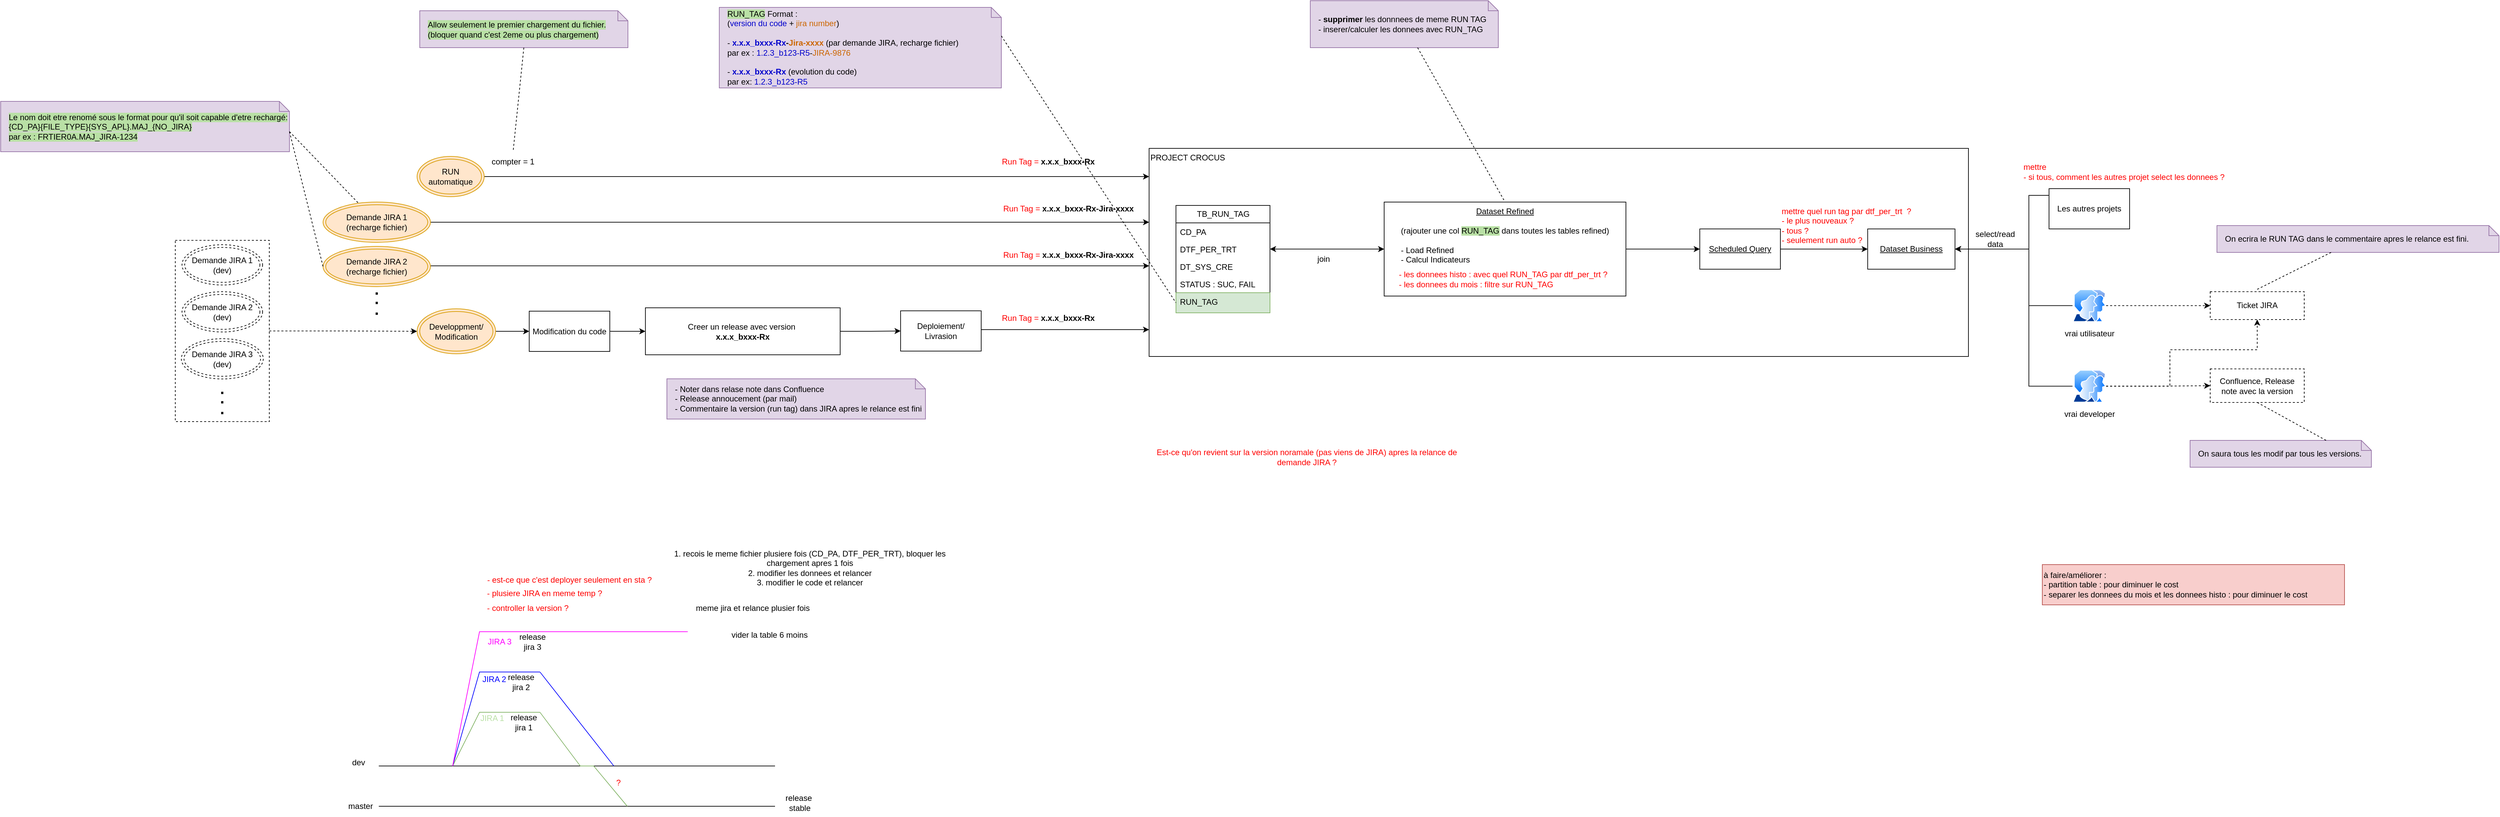
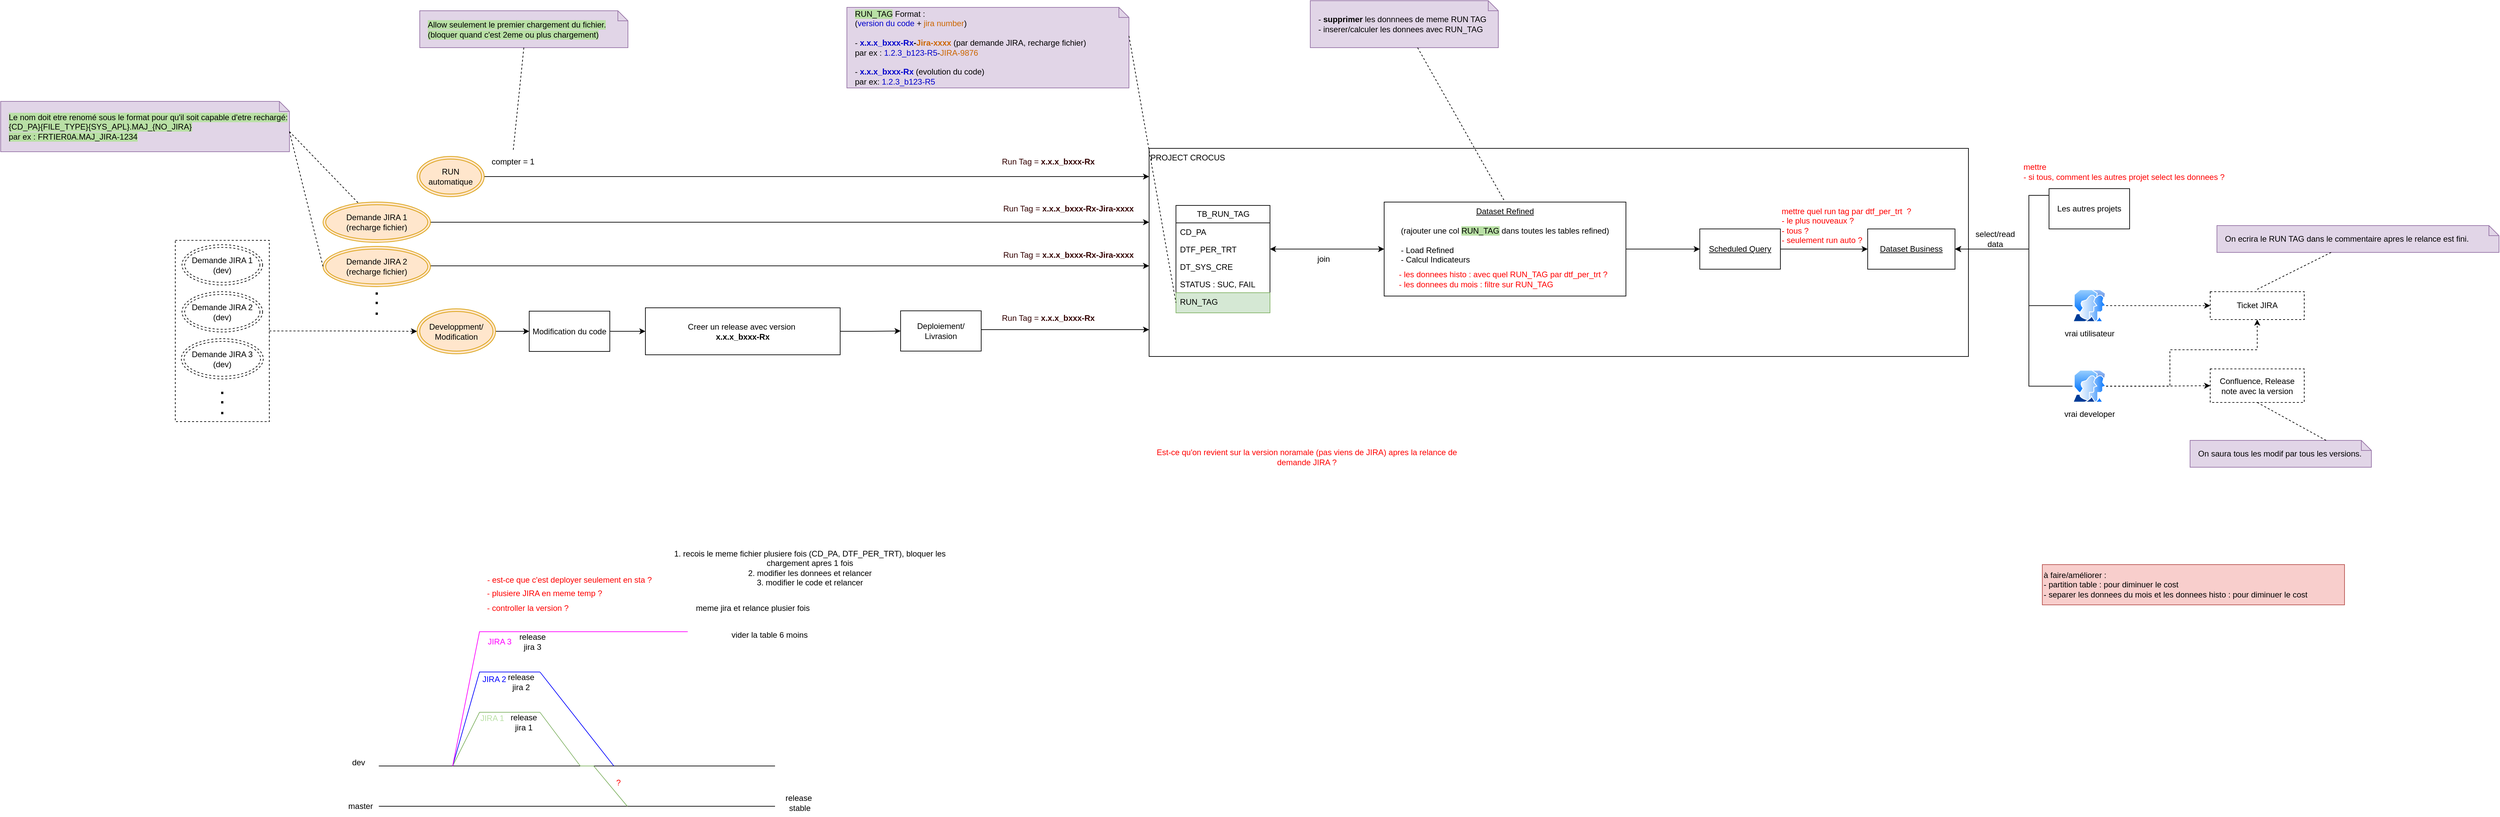
<mxfile host="app.diagrams.net">
  <diagram name="Page-1" id="bEAYSmEDHXBXhFzCy1HB">
    <mxGraphModel dx="3308" dy="2087" grid="1" gridSize="10" guides="1" tooltips="1" connect="1" arrows="1" fold="1" page="1" pageScale="1" pageWidth="827" pageHeight="1169" math="0" shadow="0">
      <root>
        <mxCell id="0" />
        <mxCell id="1" parent="0" />
        <mxCell id="cKu8MT6L8Fp_BZaxLZj7-22" edge="1" parent="1" source="cKu8MT6L8Fp_BZaxLZj7-16" style="edgeStyle=orthogonalEdgeStyle;rounded=0;orthogonalLoop=1;jettySize=auto;html=1;dashed=1;" target="QUzsFoNl6aFI_2ed8XXq-33">
          <mxGeometry relative="1" as="geometry">
            <Array as="points" />
            <mxPoint x="-937.4999999999995" y="382" as="sourcePoint" />
            <mxPoint x="-602.4999999999995" y="365" as="targetPoint" />
          </mxGeometry>
        </mxCell>
        <mxCell id="cKu8MT6L8Fp_BZaxLZj7-16" parent="1" style="rounded=0;whiteSpace=wrap;html=1;dashed=1;" value="" vertex="1">
          <mxGeometry height="270" width="140" x="-1070" y="247" as="geometry" />
        </mxCell>
        <mxCell id="QUzsFoNl6aFI_2ed8XXq-13" parent="1" style="rounded=0;whiteSpace=wrap;html=1;align=left;verticalAlign=top;" value="PROJECT CROCUS" vertex="1">
          <mxGeometry height="310" width="1220" x="380" y="110" as="geometry" />
        </mxCell>
        <mxCell id="QUzsFoNl6aFI_2ed8XXq-1" parent="1" style="swimlane;fontStyle=0;childLayout=stackLayout;horizontal=1;startSize=26;fillColor=none;horizontalStack=0;resizeParent=1;resizeParentMax=0;resizeLast=0;collapsible=1;marginBottom=0;html=1;" value="TB_RUN_TAG" vertex="1">
          <mxGeometry height="160" width="140" x="420" y="195" as="geometry" />
        </mxCell>
        <mxCell id="QUzsFoNl6aFI_2ed8XXq-2" parent="QUzsFoNl6aFI_2ed8XXq-1" style="text;strokeColor=none;fillColor=none;align=left;verticalAlign=top;spacingLeft=4;spacingRight=4;overflow=hidden;rotatable=0;points=[[0,0.5],[1,0.5]];portConstraint=eastwest;whiteSpace=wrap;html=1;" value="CD_PA" vertex="1">
          <mxGeometry height="26" width="140" y="26" as="geometry" />
        </mxCell>
        <mxCell id="QUzsFoNl6aFI_2ed8XXq-3" parent="QUzsFoNl6aFI_2ed8XXq-1" style="text;strokeColor=none;fillColor=none;align=left;verticalAlign=top;spacingLeft=4;spacingRight=4;overflow=hidden;rotatable=0;points=[[0,0.5],[1,0.5]];portConstraint=eastwest;whiteSpace=wrap;html=1;" value="DTF_PER_TRT" vertex="1">
          <mxGeometry height="26" width="140" y="52" as="geometry" />
        </mxCell>
        <mxCell id="QUzsFoNl6aFI_2ed8XXq-4" parent="QUzsFoNl6aFI_2ed8XXq-1" style="text;strokeColor=none;fillColor=none;align=left;verticalAlign=top;spacingLeft=4;spacingRight=4;overflow=hidden;rotatable=0;points=[[0,0.5],[1,0.5]];portConstraint=eastwest;whiteSpace=wrap;html=1;" value="DT_SYS_CRE" vertex="1">
          <mxGeometry height="26" width="140" y="78" as="geometry" />
        </mxCell>
        <mxCell id="QUzsFoNl6aFI_2ed8XXq-105" parent="QUzsFoNl6aFI_2ed8XXq-1" style="text;strokeColor=none;fillColor=none;align=left;verticalAlign=top;spacingLeft=4;spacingRight=4;overflow=hidden;rotatable=0;points=[[0,0.5],[1,0.5]];portConstraint=eastwest;whiteSpace=wrap;html=1;" value="STATUS : SUC, FAIL" vertex="1">
          <mxGeometry height="26" width="140" y="104" as="geometry" />
        </mxCell>
        <mxCell id="QUzsFoNl6aFI_2ed8XXq-5" parent="QUzsFoNl6aFI_2ed8XXq-1" style="text;strokeColor=#82b366;fillColor=#d5e8d4;align=left;verticalAlign=top;spacingLeft=4;spacingRight=4;overflow=hidden;rotatable=0;points=[[0,0.5],[1,0.5]];portConstraint=eastwest;whiteSpace=wrap;html=1;" value="RUN_TAG" vertex="1">
          <mxGeometry height="30" width="140" y="130" as="geometry" />
        </mxCell>
        <mxCell id="QUzsFoNl6aFI_2ed8XXq-7" parent="1" style="shape=note;size=15;align=left;spacingLeft=10;html=1;whiteSpace=wrap;fillColor=#e1d5e7;strokeColor=#9673a6;" value="&lt;span style=&quot;background-color: rgb(185, 224, 165);&quot;&gt;RUN_TAG&lt;/span&gt; Format :&amp;nbsp;&lt;div&gt;(&lt;font style=&quot;color: rgb(0, 0, 204);&quot;&gt;version du code&lt;/font&gt; +&lt;font style=&quot;color: rgb(204, 102, 0);&quot;&gt; &lt;font&gt;jira number&lt;/font&gt;&lt;/font&gt;)&lt;/div&gt;&lt;div&gt;&lt;br&gt;&lt;div&gt;- &lt;b&gt;&lt;font style=&quot;color: rgb(0, 0, 204);&quot;&gt;x.x.x_bxxx-Rx&lt;/font&gt;-&lt;font style=&quot;color: rgb(204, 102, 0);&quot;&gt;Jira-xxxx&lt;/font&gt;&lt;/b&gt; (par demande JIRA, recharge fichier)&amp;nbsp;&lt;/div&gt;&lt;div&gt;par ex : &lt;font style=&quot;color: rgb(0, 0, 204);&quot;&gt;1.2.3_b123-R5&lt;/font&gt;-&lt;font style=&quot;color: rgb(204, 102, 0);&quot;&gt;JIRA-9876&lt;/font&gt;&lt;/div&gt;&lt;div&gt;&lt;br&gt;&lt;/div&gt;&lt;div&gt;-&lt;b&gt; &lt;font style=&quot;color: rgb(0, 0, 204);&quot;&gt;x.x.x_bxxx-Rx&lt;/font&gt;&lt;/b&gt; (evolution du code)&lt;/div&gt;&lt;div&gt;&lt;span style=&quot;background-color: transparent; color: light-dark(rgb(0, 0, 0), rgb(255, 255, 255));&quot;&gt;par ex: &lt;/span&gt;&lt;span style=&quot;background-color: transparent;&quot;&gt;&lt;font style=&quot;color: light-dark(rgb(0, 0, 204), rgb(255, 255, 255));&quot;&gt;1.2.3_b123-R5&lt;/font&gt;&lt;/span&gt;&lt;/div&gt;&lt;/div&gt;" vertex="1">
-           <mxGeometry height="120" width="420" x="-260" y="-100" as="geometry" />
+           <mxGeometry height="120" width="420" x="-70" y="-100" as="geometry" />
        </mxCell>
        <mxCell id="QUzsFoNl6aFI_2ed8XXq-8" edge="1" parent="1" source="QUzsFoNl6aFI_2ed8XXq-7" style="edgeStyle=none;endArrow=none;exitX=0;exitY=0;dashed=1;html=1;rounded=0;entryX=0;entryY=0.5;entryDx=0;entryDy=0;exitDx=420;exitDy=42.5;exitPerimeter=0;" target="QUzsFoNl6aFI_2ed8XXq-5" value="">
          <mxGeometry relative="1" x="1" as="geometry">
            <mxPoint x="590" y="660" as="targetPoint" />
          </mxGeometry>
        </mxCell>
        <mxCell id="QUzsFoNl6aFI_2ed8XXq-10" parent="1" style="rounded=0;whiteSpace=wrap;html=1;dashed=1;" value="Confluence, Release note avec la v&lt;span style=&quot;background-color: transparent; color: light-dark(rgb(0, 0, 0), rgb(255, 255, 255));&quot;&gt;ersion&lt;/span&gt;" vertex="1">
          <mxGeometry height="50" width="140" x="1960" y="438.5" as="geometry" />
        </mxCell>
        <mxCell id="QUzsFoNl6aFI_2ed8XXq-11" parent="1" style="rounded=0;whiteSpace=wrap;html=1;dashed=1;" value="Ticket JIRA" vertex="1">
          <mxGeometry height="41.5" width="140" x="1960" y="323.5" as="geometry" />
        </mxCell>
        <mxCell id="QUzsFoNl6aFI_2ed8XXq-42" edge="1" parent="1" source="QUzsFoNl6aFI_2ed8XXq-12" style="edgeStyle=orthogonalEdgeStyle;rounded=0;orthogonalLoop=1;jettySize=auto;html=1;entryX=1;entryY=0.5;entryDx=0;entryDy=0;startArrow=classic;startFill=1;" target="QUzsFoNl6aFI_2ed8XXq-3">
          <mxGeometry relative="1" as="geometry" />
        </mxCell>
        <mxCell id="QUzsFoNl6aFI_2ed8XXq-50" edge="1" parent="1" source="QUzsFoNl6aFI_2ed8XXq-12" style="edgeStyle=orthogonalEdgeStyle;rounded=0;orthogonalLoop=1;jettySize=auto;html=1;" target="QUzsFoNl6aFI_2ed8XXq-46">
          <mxGeometry relative="1" as="geometry">
            <Array as="points" />
          </mxGeometry>
        </mxCell>
        <mxCell id="QUzsFoNl6aFI_2ed8XXq-12" parent="1" style="rounded=0;whiteSpace=wrap;html=1;verticalAlign=top;" value="&lt;u&gt;Dataset Refined&lt;/u&gt;&lt;div&gt;&lt;u&gt;&lt;br&gt;&lt;/u&gt;&lt;div&gt;(rajouter une col &lt;span style=&quot;background-color: rgb(185, 224, 165);&quot;&gt;RUN_TAG&lt;/span&gt;&lt;span&gt; &lt;/span&gt;dans toutes les tables refined)&lt;/div&gt;&lt;div&gt;&lt;br&gt;&lt;/div&gt;&lt;div style=&quot;text-align: left;&quot;&gt;- Load Refined&amp;nbsp; &amp;nbsp; &amp;nbsp; &amp;nbsp;&lt;/div&gt;&lt;div style=&quot;text-align: left;&quot;&gt;- Calcul Indicateurs&lt;/div&gt;&lt;/div&gt;" vertex="1">
          <mxGeometry height="140" width="360" x="730" y="190" as="geometry" />
        </mxCell>
        <mxCell id="QUzsFoNl6aFI_2ed8XXq-27" edge="1" parent="1" source="QUzsFoNl6aFI_2ed8XXq-33" style="edgeStyle=orthogonalEdgeStyle;rounded=0;orthogonalLoop=1;jettySize=auto;html=1;entryX=0;entryY=0.5;entryDx=0;entryDy=0;" target="QUzsFoNl6aFI_2ed8XXq-23">
          <mxGeometry relative="1" as="geometry">
            <mxPoint x="-740" y="198" as="sourcePoint" />
          </mxGeometry>
        </mxCell>
-         <mxCell id="QUzsFoNl6aFI_2ed8XXq-19" parent="1" style="text;html=1;whiteSpace=wrap;strokeColor=none;fillColor=none;align=center;verticalAlign=middle;rounded=0;fontColor=#0000FF;" value="&lt;font style=&quot;color: rgb(255, 0, 0);&quot;&gt;Run Tag =&amp;nbsp;&lt;/font&gt;&lt;b style=&quot;color: rgb(0, 0, 0); text-align: left;&quot;&gt;x.x.x_bxxx-Rx-Jira-xxxx&lt;/b&gt;" vertex="1">
+         <mxCell id="QUzsFoNl6aFI_2ed8XXq-19" parent="1" style="text;html=1;whiteSpace=wrap;strokeColor=none;fillColor=none;align=center;verticalAlign=middle;rounded=0;fontColor=#330000;" value="&lt;font style=&quot;&quot;&gt;Run Tag =&amp;nbsp;&lt;/font&gt;&lt;b style=&quot;text-align: left;&quot;&gt;x.x.x_bxxx-Rx-Jira-xxxx&lt;/b&gt;" vertex="1">
          <mxGeometry height="30" width="200" x="160" y="253.5" as="geometry" />
        </mxCell>
        <mxCell id="cKu8MT6L8Fp_BZaxLZj7-37" edge="1" parent="1" source="QUzsFoNl6aFI_2ed8XXq-23" style="edgeStyle=orthogonalEdgeStyle;rounded=0;orthogonalLoop=1;jettySize=auto;html=1;" target="QUzsFoNl6aFI_2ed8XXq-25">
          <mxGeometry relative="1" as="geometry" />
        </mxCell>
        <mxCell id="QUzsFoNl6aFI_2ed8XXq-23" parent="1" style="rounded=0;whiteSpace=wrap;html=1;" value="Modification du code" vertex="1">
          <mxGeometry height="60" width="120" x="-543" y="352.5" as="geometry" />
        </mxCell>
        <mxCell id="QUzsFoNl6aFI_2ed8XXq-31" edge="1" parent="1" source="QUzsFoNl6aFI_2ed8XXq-24" style="edgeStyle=orthogonalEdgeStyle;rounded=0;orthogonalLoop=1;jettySize=auto;html=1;" target="QUzsFoNl6aFI_2ed8XXq-13">
          <mxGeometry relative="1" as="geometry">
            <Array as="points">
              <mxPoint x="180" y="380" />
              <mxPoint x="180" y="380" />
            </Array>
            <mxPoint x="380" y="373" as="targetPoint" />
          </mxGeometry>
        </mxCell>
        <mxCell id="QUzsFoNl6aFI_2ed8XXq-24" parent="1" style="rounded=0;whiteSpace=wrap;html=1;" value="Deploiement/ Livrasion" vertex="1">
          <mxGeometry height="60" width="120" x="10" y="352" as="geometry" />
        </mxCell>
        <mxCell id="cKu8MT6L8Fp_BZaxLZj7-38" edge="1" parent="1" source="QUzsFoNl6aFI_2ed8XXq-25" style="edgeStyle=orthogonalEdgeStyle;rounded=0;orthogonalLoop=1;jettySize=auto;html=1;" target="QUzsFoNl6aFI_2ed8XXq-24">
          <mxGeometry relative="1" as="geometry" />
        </mxCell>
        <mxCell id="QUzsFoNl6aFI_2ed8XXq-25" parent="1" style="rounded=0;whiteSpace=wrap;html=1;" value="Creer un release avec version&amp;nbsp;&lt;div&gt;&lt;span style=&quot;text-align: left;&quot;&gt;&lt;b&gt;x.x.x_bxxx-Rx&lt;/b&gt;&lt;/span&gt;&lt;/div&gt;" vertex="1">
          <mxGeometry height="70" width="290" x="-370" y="347.5" as="geometry" />
        </mxCell>
        <mxCell id="QUzsFoNl6aFI_2ed8XXq-33" parent="1" style="ellipse;shape=doubleEllipse;whiteSpace=wrap;html=1;fillColor=#ffe6cc;strokeColor=#d79b00;" value="Developpment/&lt;div&gt;Modification&lt;/div&gt;" vertex="1">
          <mxGeometry height="67" width="117" x="-710" y="349" as="geometry" />
        </mxCell>
        <mxCell id="cKu8MT6L8Fp_BZaxLZj7-5" edge="1" parent="1" style="edgeStyle=orthogonalEdgeStyle;rounded=0;orthogonalLoop=1;jettySize=auto;html=1;">
          <mxGeometry relative="1" as="geometry">
            <Array as="points">
              <mxPoint x="-470" y="285" />
              <mxPoint x="-470" y="285" />
            </Array>
            <mxPoint x="-690.0000000000005" y="285" as="sourcePoint" />
            <mxPoint x="380" y="285" as="targetPoint" />
          </mxGeometry>
        </mxCell>
        <mxCell id="QUzsFoNl6aFI_2ed8XXq-34" parent="1" style="ellipse;shape=doubleEllipse;whiteSpace=wrap;html=1;fillColor=#ffe6cc;strokeColor=#d79b00;" value="Demande JIRA 2&lt;div&gt;(recharge fichier)&lt;/div&gt;" vertex="1">
          <mxGeometry height="60" width="160" x="-850" y="256" as="geometry" />
        </mxCell>
        <mxCell id="QUzsFoNl6aFI_2ed8XXq-36" edge="1" parent="1" source="QUzsFoNl6aFI_2ed8XXq-35" style="edgeStyle=orthogonalEdgeStyle;rounded=0;orthogonalLoop=1;jettySize=auto;html=1;">
          <mxGeometry relative="1" as="geometry">
            <Array as="points">
              <mxPoint x="110" y="152" />
              <mxPoint x="110" y="152" />
            </Array>
            <mxPoint x="380" y="152.0588235294117" as="targetPoint" />
          </mxGeometry>
        </mxCell>
        <mxCell id="QUzsFoNl6aFI_2ed8XXq-35" parent="1" style="ellipse;shape=doubleEllipse;whiteSpace=wrap;html=1;fillColor=#ffe6cc;strokeColor=#d79b00;" value="RUN automatique" vertex="1">
          <mxGeometry height="60" width="100" x="-710" y="122" as="geometry" />
-         </mxCell>
-         <mxCell id="QUzsFoNl6aFI_2ed8XXq-38" parent="1" style="shape=note;size=15;align=left;spacingLeft=10;html=1;whiteSpace=wrap;fillColor=#e1d5e7;strokeColor=#9673a6;" value="- Noter dans relase note dans Confluence&lt;div&gt;- Release annoucement (par mail)&lt;/div&gt;&lt;div&gt;- Commentaire la version (run tag) dans JIRA apres le relance est fini&lt;/div&gt;" vertex="1">
-           <mxGeometry height="60" width="385" x="-338" y="453.25" as="geometry" />
        </mxCell>
        <mxCell id="QUzsFoNl6aFI_2ed8XXq-40" parent="1" style="shape=note;size=15;align=left;spacingLeft=10;html=1;whiteSpace=wrap;fillColor=#e1d5e7;strokeColor=#9673a6;" value="- &lt;b&gt;supprimer &lt;/b&gt;les donnnees de meme RUN TAG&lt;div&gt;- inserer/calculer les donnees avec RUN_TAG&lt;/div&gt;" vertex="1">
          <mxGeometry height="70" width="280" x="620" y="-110" as="geometry" />
        </mxCell>
        <mxCell id="QUzsFoNl6aFI_2ed8XXq-41" edge="1" parent="1" source="QUzsFoNl6aFI_2ed8XXq-40" style="edgeStyle=none;endArrow=none;dashed=1;html=1;rounded=0;entryX=0.5;entryY=0;entryDx=0;entryDy=0;" target="QUzsFoNl6aFI_2ed8XXq-12" value="">
          <mxGeometry relative="1" x="1" as="geometry">
            <mxPoint x="720" y="650" as="sourcePoint" />
            <mxPoint x="772" y="500" as="targetPoint" />
          </mxGeometry>
        </mxCell>
        <mxCell id="QUzsFoNl6aFI_2ed8XXq-43" parent="1" style="text;html=1;whiteSpace=wrap;strokeColor=none;fillColor=none;align=left;verticalAlign=middle;rounded=0;" value="&lt;font style=&quot;color: rgb(255, 0, 0);&quot;&gt;- les donnees histo : avec quel RUN_TAG par dtf_per_trt ?&lt;/font&gt;&lt;div&gt;&lt;font style=&quot;color: rgb(255, 0, 0);&quot;&gt;- les donnees du mois : f&lt;/font&gt;&lt;span style=&quot;color: light-dark(rgb(255, 0, 0), rgb(255, 144, 144)); background-color: transparent;&quot;&gt;iltre sur RUN_TAG&lt;/span&gt;&lt;/div&gt;" vertex="1">
          <mxGeometry height="30" width="330" x="750" y="290" as="geometry" />
        </mxCell>
        <mxCell id="QUzsFoNl6aFI_2ed8XXq-45" parent="1" style="rounded=0;whiteSpace=wrap;html=1;" value="&lt;u&gt;Dataset Business&lt;/u&gt;" vertex="1">
          <mxGeometry height="60" width="130" x="1450" y="230" as="geometry" />
        </mxCell>
        <mxCell id="QUzsFoNl6aFI_2ed8XXq-48" edge="1" parent="1" source="QUzsFoNl6aFI_2ed8XXq-46" style="edgeStyle=orthogonalEdgeStyle;rounded=0;orthogonalLoop=1;jettySize=auto;html=1;" target="QUzsFoNl6aFI_2ed8XXq-45">
          <mxGeometry relative="1" as="geometry" />
        </mxCell>
        <mxCell id="QUzsFoNl6aFI_2ed8XXq-46" parent="1" style="rounded=0;whiteSpace=wrap;html=1;" value="&lt;u&gt;Scheduled Query&lt;/u&gt;" vertex="1">
          <mxGeometry height="60" width="120" x="1200" y="230" as="geometry" />
        </mxCell>
        <mxCell id="QUzsFoNl6aFI_2ed8XXq-51" parent="1" style="text;html=1;whiteSpace=wrap;strokeColor=none;fillColor=none;align=left;verticalAlign=middle;rounded=0;fontColor=#FF0000;" value="mettre quel run tag par dtf_per_trt&amp;nbsp;&amp;nbsp;?&amp;nbsp;&lt;div&gt;- le plus nouveaux ?&lt;/div&gt;&lt;div&gt;- tous ?&lt;/div&gt;&lt;div&gt;- seulement run auto ?&lt;/div&gt;" vertex="1">
          <mxGeometry height="30" width="370" x="1320" y="210" as="geometry" />
        </mxCell>
        <mxCell id="QUzsFoNl6aFI_2ed8XXq-59" edge="1" parent="1" source="QUzsFoNl6aFI_2ed8XXq-52" style="edgeStyle=orthogonalEdgeStyle;rounded=0;orthogonalLoop=1;jettySize=auto;html=1;entryX=1;entryY=0.5;entryDx=0;entryDy=0;" target="QUzsFoNl6aFI_2ed8XXq-45">
          <mxGeometry relative="1" as="geometry">
            <Array as="points">
              <mxPoint x="1690" y="180" />
              <mxPoint x="1690" y="260" />
            </Array>
          </mxGeometry>
        </mxCell>
        <mxCell id="QUzsFoNl6aFI_2ed8XXq-52" parent="1" style="rounded=0;whiteSpace=wrap;html=1;" value="Les autres projets" vertex="1">
          <mxGeometry height="60" width="120" x="1720" y="170" as="geometry" />
        </mxCell>
        <mxCell id="QUzsFoNl6aFI_2ed8XXq-58" edge="1" parent="1" source="QUzsFoNl6aFI_2ed8XXq-57" style="edgeStyle=orthogonalEdgeStyle;rounded=0;orthogonalLoop=1;jettySize=auto;html=1;entryX=1;entryY=0.5;entryDx=0;entryDy=0;" target="QUzsFoNl6aFI_2ed8XXq-45">
          <mxGeometry relative="1" as="geometry">
            <Array as="points">
              <mxPoint x="1690" y="344" />
              <mxPoint x="1690" y="260" />
            </Array>
          </mxGeometry>
        </mxCell>
        <mxCell id="QUzsFoNl6aFI_2ed8XXq-65" edge="1" parent="1" source="QUzsFoNl6aFI_2ed8XXq-57" style="edgeStyle=orthogonalEdgeStyle;rounded=0;orthogonalLoop=1;jettySize=auto;html=1;dashed=1;" target="QUzsFoNl6aFI_2ed8XXq-11">
          <mxGeometry relative="1" as="geometry" />
        </mxCell>
        <mxCell id="QUzsFoNl6aFI_2ed8XXq-57" parent="1" style="image;aspect=fixed;perimeter=ellipsePerimeter;html=1;align=center;shadow=0;dashed=0;spacingTop=3;image=img/lib/active_directory/user_accounts.svg;" value="vrai utilisateur" vertex="1">
          <mxGeometry height="48.5" width="50" x="1755" y="320" as="geometry" />
        </mxCell>
        <mxCell id="QUzsFoNl6aFI_2ed8XXq-60" parent="1" style="text;html=1;whiteSpace=wrap;strokeColor=none;fillColor=none;align=center;verticalAlign=middle;rounded=0;" value="select/read data" vertex="1">
          <mxGeometry height="30" width="60" x="1610" y="230" as="geometry" />
        </mxCell>
        <mxCell id="QUzsFoNl6aFI_2ed8XXq-63" edge="1" parent="1" source="QUzsFoNl6aFI_2ed8XXq-62" style="edgeStyle=orthogonalEdgeStyle;rounded=0;orthogonalLoop=1;jettySize=auto;html=1;entryX=1;entryY=0.5;entryDx=0;entryDy=0;" target="QUzsFoNl6aFI_2ed8XXq-45">
          <mxGeometry relative="1" as="geometry">
            <Array as="points">
              <mxPoint x="1690" y="464" />
              <mxPoint x="1690" y="260" />
            </Array>
          </mxGeometry>
        </mxCell>
        <mxCell id="QUzsFoNl6aFI_2ed8XXq-66" edge="1" parent="1" source="QUzsFoNl6aFI_2ed8XXq-62" style="edgeStyle=orthogonalEdgeStyle;rounded=0;orthogonalLoop=1;jettySize=auto;html=1;dashed=1;" target="QUzsFoNl6aFI_2ed8XXq-10">
          <mxGeometry relative="1" as="geometry" />
        </mxCell>
        <mxCell id="QUzsFoNl6aFI_2ed8XXq-68" edge="1" parent="1" source="QUzsFoNl6aFI_2ed8XXq-62" style="edgeStyle=orthogonalEdgeStyle;rounded=0;orthogonalLoop=1;jettySize=auto;html=1;entryX=0.5;entryY=1;entryDx=0;entryDy=0;dashed=1;" target="QUzsFoNl6aFI_2ed8XXq-11">
          <mxGeometry relative="1" as="geometry">
            <Array as="points">
              <mxPoint x="1900" y="464" />
              <mxPoint x="1900" y="410" />
              <mxPoint x="2030" y="410" />
            </Array>
          </mxGeometry>
        </mxCell>
        <mxCell id="QUzsFoNl6aFI_2ed8XXq-62" parent="1" style="image;aspect=fixed;perimeter=ellipsePerimeter;html=1;align=center;shadow=0;dashed=0;spacingTop=3;image=img/lib/active_directory/user_accounts.svg;" value="vrai developer" vertex="1">
          <mxGeometry height="48.5" width="50" x="1755" y="440" as="geometry" />
        </mxCell>
        <mxCell id="QUzsFoNl6aFI_2ed8XXq-69" parent="1" style="shape=note;size=15;align=left;spacingLeft=10;html=1;whiteSpace=wrap;fillColor=#e1d5e7;strokeColor=#9673a6;" value="On ecrira le RUN TAG dans le commentaire apres le relance est fini." vertex="1">
          <mxGeometry height="40" width="420" x="1970" y="225" as="geometry" />
        </mxCell>
        <mxCell id="QUzsFoNl6aFI_2ed8XXq-70" edge="1" parent="1" source="QUzsFoNl6aFI_2ed8XXq-69" style="edgeStyle=none;endArrow=none;dashed=1;html=1;rounded=0;" value="">
          <mxGeometry relative="1" x="1" as="geometry">
            <mxPoint x="970" y="210" as="sourcePoint" />
            <mxPoint x="2030" y="320" as="targetPoint" />
          </mxGeometry>
        </mxCell>
        <mxCell id="QUzsFoNl6aFI_2ed8XXq-71" parent="1" style="shape=note;size=15;align=left;spacingLeft=10;html=1;whiteSpace=wrap;fillColor=#e1d5e7;strokeColor=#9673a6;" value="On saura tous les modif par tous les versions." vertex="1">
          <mxGeometry height="40" width="270" x="1930" y="545" as="geometry" />
        </mxCell>
        <mxCell id="QUzsFoNl6aFI_2ed8XXq-72" edge="1" parent="1" source="QUzsFoNl6aFI_2ed8XXq-71" style="edgeStyle=none;endArrow=none;dashed=1;html=1;rounded=0;entryX=0.5;entryY=1;entryDx=0;entryDy=0;exitX=0;exitY=0;exitDx=202.5;exitDy=0;exitPerimeter=0;" target="QUzsFoNl6aFI_2ed8XXq-10" value="">
          <mxGeometry relative="1" x="1" as="geometry">
            <mxPoint x="2180" y="470" as="sourcePoint" />
            <mxPoint x="2070" y="525" as="targetPoint" />
          </mxGeometry>
        </mxCell>
        <mxCell id="QUzsFoNl6aFI_2ed8XXq-73" parent="1" style="text;html=1;whiteSpace=wrap;strokeColor=none;fillColor=none;align=left;verticalAlign=middle;rounded=0;fontColor=#FF0000;" value="mettre&amp;nbsp;&lt;div&gt;&lt;span style=&quot;background-color: transparent; color: light-dark(rgb(255, 0, 0), rgb(255, 144, 144));&quot;&gt;- si tous, comment les autres projet select les donnees ?&lt;/span&gt;&lt;/div&gt;" vertex="1">
          <mxGeometry height="30" width="370" x="1680" y="130" as="geometry" />
        </mxCell>
        <mxCell id="QUzsFoNl6aFI_2ed8XXq-74" parent="1" style="rounded=0;whiteSpace=wrap;html=1;align=left;fillColor=#f8cecc;strokeColor=#b85450;" value="à faire/améliorer :&lt;div&gt;- partition table : pour diminuer le cost&lt;/div&gt;&lt;div&gt;- separer les donnees du mois et les donnees histo&amp;nbsp;&lt;span style=&quot;background-color: transparent; color: light-dark(rgb(0, 0, 0), rgb(255, 255, 255));&quot;&gt;: pour diminuer le cost&lt;/span&gt;&lt;/div&gt;" vertex="1">
          <mxGeometry height="60" width="450" x="1710" y="730" as="geometry" />
        </mxCell>
        <mxCell id="QUzsFoNl6aFI_2ed8XXq-76" parent="1" style="text;html=1;whiteSpace=wrap;strokeColor=none;fillColor=none;align=center;verticalAlign=middle;rounded=0;" value="join" vertex="1">
          <mxGeometry height="30" width="60" x="610" y="260" as="geometry" />
        </mxCell>
        <mxCell id="QUzsFoNl6aFI_2ed8XXq-77" parent="1" style="text;html=1;whiteSpace=wrap;strokeColor=none;fillColor=none;align=center;verticalAlign=middle;rounded=0;fontColor=#FF0000;" value="Est-ce qu&#39;on revient sur la version noramale (pas viens de JIRA) apres la relance de demande JIRA ?" vertex="1">
          <mxGeometry height="30" width="470" x="380" y="555" as="geometry" />
        </mxCell>
        <mxCell id="QUzsFoNl6aFI_2ed8XXq-78" parent="1" style="text;html=1;whiteSpace=wrap;strokeColor=none;fillColor=none;align=center;verticalAlign=middle;rounded=0;fontColor=#FF0000;" value="- est-ce que c&#39;est deployer seulement en sta ?" vertex="1">
          <mxGeometry height="30" width="290" x="-628" y="738" as="geometry" />
        </mxCell>
        <mxCell id="QUzsFoNl6aFI_2ed8XXq-79" parent="1" style="text;html=1;whiteSpace=wrap;strokeColor=none;fillColor=none;align=center;verticalAlign=middle;rounded=0;fontColor=#FF0000;" value="- plusiere JIRA en meme temp ?" vertex="1">
          <mxGeometry height="30" width="290" x="-665" y="758" as="geometry" />
        </mxCell>
        <mxCell id="QUzsFoNl6aFI_2ed8XXq-80" parent="1" style="text;html=1;whiteSpace=wrap;strokeColor=none;fillColor=none;align=center;verticalAlign=middle;rounded=0;fontColor=#FF0000;" value="- controller la version ?" vertex="1">
          <mxGeometry height="30" width="290" x="-690" y="780" as="geometry" />
        </mxCell>
        <mxCell id="QUzsFoNl6aFI_2ed8XXq-81" edge="1" parent="1" style="endArrow=none;html=1;rounded=0;" value="">
          <mxGeometry height="50" relative="1" width="50" as="geometry">
            <mxPoint x="-767" y="1030" as="sourcePoint" />
            <mxPoint x="-177" y="1030" as="targetPoint" />
          </mxGeometry>
        </mxCell>
        <mxCell id="QUzsFoNl6aFI_2ed8XXq-83" edge="1" parent="1" style="endArrow=none;html=1;rounded=0;fillColor=#d5e8d4;strokeColor=#82b366;" value="">
          <mxGeometry height="50" relative="1" width="50" as="geometry">
            <Array as="points">
              <mxPoint x="-617" y="950" />
            </Array>
            <mxPoint x="-657" y="1030" as="sourcePoint" />
            <mxPoint x="-527" y="950" as="targetPoint" />
          </mxGeometry>
        </mxCell>
        <mxCell id="QUzsFoNl6aFI_2ed8XXq-84" parent="1" style="text;html=1;whiteSpace=wrap;strokeColor=none;fillColor=none;align=center;verticalAlign=middle;rounded=0;" value="dev" vertex="1">
          <mxGeometry height="30" width="60" x="-827" y="1010" as="geometry" />
        </mxCell>
        <mxCell id="QUzsFoNl6aFI_2ed8XXq-85" edge="1" parent="1" style="endArrow=none;html=1;rounded=0;strokeColor=#0000FF;" value="">
          <mxGeometry height="50" relative="1" width="50" as="geometry">
            <Array as="points">
              <mxPoint x="-617" y="890" />
            </Array>
            <mxPoint x="-657" y="1030" as="sourcePoint" />
            <mxPoint x="-527" y="890" as="targetPoint" />
          </mxGeometry>
        </mxCell>
        <mxCell id="QUzsFoNl6aFI_2ed8XXq-86" edge="1" parent="1" style="endArrow=none;html=1;rounded=0;strokeColor=#FF00FF;" value="">
          <mxGeometry height="50" relative="1" width="50" as="geometry">
            <Array as="points">
              <mxPoint x="-617" y="830" />
            </Array>
            <mxPoint x="-657" y="1030" as="sourcePoint" />
            <mxPoint x="-307" y="830" as="targetPoint" />
          </mxGeometry>
        </mxCell>
        <mxCell id="QUzsFoNl6aFI_2ed8XXq-87" parent="1" style="text;html=1;whiteSpace=wrap;strokeColor=none;fillColor=none;align=center;verticalAlign=middle;rounded=0;fontColor=#B9E0A5;" value="JIRA 1" vertex="1">
          <mxGeometry height="30" width="60" x="-628" y="944" as="geometry" />
        </mxCell>
        <mxCell id="QUzsFoNl6aFI_2ed8XXq-88" parent="1" style="text;html=1;whiteSpace=wrap;strokeColor=none;fillColor=none;align=center;verticalAlign=middle;rounded=0;fontColor=#0000FF;" value="JIRA 2" vertex="1">
          <mxGeometry height="30" width="60" x="-625" y="886" as="geometry" />
        </mxCell>
        <mxCell id="QUzsFoNl6aFI_2ed8XXq-89" parent="1" style="text;html=1;whiteSpace=wrap;strokeColor=none;fillColor=none;align=center;verticalAlign=middle;rounded=0;fontColor=#FF00FF;" value="JIRA 3" vertex="1">
          <mxGeometry height="30" width="60" x="-617" y="830" as="geometry" />
        </mxCell>
        <mxCell id="QUzsFoNl6aFI_2ed8XXq-90" edge="1" parent="1" style="endArrow=none;html=1;rounded=0;" value="">
          <mxGeometry height="50" relative="1" width="50" as="geometry">
            <mxPoint x="-767" y="1090" as="sourcePoint" />
            <mxPoint x="-177" y="1090" as="targetPoint" />
          </mxGeometry>
        </mxCell>
        <mxCell id="QUzsFoNl6aFI_2ed8XXq-91" parent="1" style="text;html=1;whiteSpace=wrap;strokeColor=none;fillColor=none;align=center;verticalAlign=middle;rounded=0;" value="master" vertex="1">
          <mxGeometry height="30" width="60" x="-824" y="1075" as="geometry" />
        </mxCell>
        <mxCell id="QUzsFoNl6aFI_2ed8XXq-92" edge="1" parent="1" style="endArrow=none;html=1;rounded=0;fillColor=#d5e8d4;strokeColor=#82b366;" value="">
          <mxGeometry height="50" relative="1" width="50" as="geometry">
            <mxPoint x="-527" y="950" as="sourcePoint" />
            <mxPoint x="-467" y="1030" as="targetPoint" />
          </mxGeometry>
        </mxCell>
        <mxCell id="QUzsFoNl6aFI_2ed8XXq-94" edge="1" parent="1" style="endArrow=none;html=1;rounded=0;strokeColor=#0000FF;" value="">
          <mxGeometry height="50" relative="1" width="50" as="geometry">
            <mxPoint x="-527" y="890" as="sourcePoint" />
            <mxPoint x="-417" y="1030" as="targetPoint" />
          </mxGeometry>
        </mxCell>
        <mxCell id="QUzsFoNl6aFI_2ed8XXq-95" edge="1" parent="1" style="endArrow=none;html=1;rounded=0;fillColor=#d5e8d4;strokeColor=#82b366;" value="">
          <mxGeometry height="50" relative="1" width="50" as="geometry">
            <mxPoint x="-447" y="1030" as="sourcePoint" />
            <mxPoint x="-397" y="1090" as="targetPoint" />
          </mxGeometry>
        </mxCell>
        <mxCell id="QUzsFoNl6aFI_2ed8XXq-96" edge="1" parent="1" style="endArrow=none;html=1;rounded=0;fillColor=#d5e8d4;strokeColor=#82b366;" value="">
          <mxGeometry height="50" relative="1" width="50" as="geometry">
            <mxPoint x="-467" y="1030" as="sourcePoint" />
            <mxPoint x="-447" y="1030" as="targetPoint" />
          </mxGeometry>
        </mxCell>
        <mxCell id="QUzsFoNl6aFI_2ed8XXq-98" parent="1" style="text;html=1;whiteSpace=wrap;strokeColor=none;fillColor=none;align=center;verticalAlign=middle;rounded=0;" value="release jira 2" vertex="1">
          <mxGeometry height="30" width="60" x="-585" y="890" as="geometry" />
        </mxCell>
        <mxCell id="QUzsFoNl6aFI_2ed8XXq-99" parent="1" style="text;html=1;whiteSpace=wrap;strokeColor=none;fillColor=none;align=center;verticalAlign=middle;rounded=0;" value="release jira 1" vertex="1">
          <mxGeometry height="30" width="60" x="-581" y="950" as="geometry" />
        </mxCell>
        <mxCell id="QUzsFoNl6aFI_2ed8XXq-100" parent="1" style="text;html=1;whiteSpace=wrap;strokeColor=none;fillColor=none;align=center;verticalAlign=middle;rounded=0;" value="release jira 3" vertex="1">
          <mxGeometry height="30" width="60" x="-568" y="830" as="geometry" />
        </mxCell>
        <mxCell id="QUzsFoNl6aFI_2ed8XXq-101" parent="1" style="text;html=1;whiteSpace=wrap;strokeColor=none;fillColor=none;align=center;verticalAlign=middle;rounded=0;" value="release&amp;nbsp; stable" vertex="1">
          <mxGeometry height="30" width="60" x="-170" y="1070" as="geometry" />
        </mxCell>
        <mxCell id="QUzsFoNl6aFI_2ed8XXq-103" parent="1" style="text;html=1;whiteSpace=wrap;strokeColor=none;fillColor=none;align=center;verticalAlign=middle;rounded=0;fontColor=#FF0000;" value="?" vertex="1">
          <mxGeometry height="30" width="60" x="-440" y="1040" as="geometry" />
        </mxCell>
        <mxCell id="QUzsFoNl6aFI_2ed8XXq-104" parent="1" style="text;html=1;whiteSpace=wrap;strokeColor=none;fillColor=none;align=center;verticalAlign=middle;rounded=0;" value="compter = 1" vertex="1">
          <mxGeometry height="30" width="100" x="-617" y="115" as="geometry" />
        </mxCell>
        <mxCell id="QUzsFoNl6aFI_2ed8XXq-106" parent="1" style="text;html=1;whiteSpace=wrap;strokeColor=none;fillColor=none;align=center;verticalAlign=middle;rounded=0;" value="1. recois le meme fichier plusiere fois (CD_PA, DTF_PER_TRT), bloquer les chargement apres 1 fois&lt;div&gt;2. modifier les donnees et relancer&lt;/div&gt;&lt;div&gt;3. modifier le code et relancer&lt;/div&gt;" vertex="1">
          <mxGeometry height="30" width="470" x="-360" y="720" as="geometry" />
        </mxCell>
        <mxCell id="QUzsFoNl6aFI_2ed8XXq-107" parent="1" style="text;html=1;whiteSpace=wrap;strokeColor=none;fillColor=none;align=center;verticalAlign=middle;rounded=0;" value="meme jira et relance plusier fois" vertex="1">
          <mxGeometry height="30" width="240" x="-330" y="780" as="geometry" />
        </mxCell>
        <mxCell id="QUzsFoNl6aFI_2ed8XXq-108" parent="1" style="text;html=1;whiteSpace=wrap;strokeColor=none;fillColor=none;align=center;verticalAlign=middle;rounded=0;" value="vider la table 6 moins" vertex="1">
          <mxGeometry height="30" width="170" x="-270" y="820" as="geometry" />
        </mxCell>
        <mxCell id="cKu8MT6L8Fp_BZaxLZj7-1" parent="1" style="shape=note;size=15;align=left;spacingLeft=10;html=1;whiteSpace=wrap;fillColor=#e1d5e7;strokeColor=#9673a6;" value="&lt;span style=&quot;background-color: rgb(185, 224, 165);&quot;&gt;Allow seulement le premier chargement du fichier.&lt;br&gt;(bloquer quand c&#39;est 2eme ou plus chargement)&lt;/span&gt;" vertex="1">
          <mxGeometry height="55" width="310" x="-706" y="-95" as="geometry" />
        </mxCell>
        <mxCell id="cKu8MT6L8Fp_BZaxLZj7-2" edge="1" parent="1" source="cKu8MT6L8Fp_BZaxLZj7-1" style="edgeStyle=none;endArrow=none;exitX=0.5;exitY=1;dashed=1;html=1;rounded=0;entryX=0.5;entryY=0;entryDx=0;entryDy=0;exitDx=0;exitDy=0;exitPerimeter=0;" target="QUzsFoNl6aFI_2ed8XXq-104" value="">
          <mxGeometry relative="1" x="1" as="geometry">
            <mxPoint x="590" y="300" as="sourcePoint" />
            <mxPoint x="680" y="507" as="targetPoint" />
          </mxGeometry>
        </mxCell>
        <mxCell id="cKu8MT6L8Fp_BZaxLZj7-3" parent="1" style="ellipse;shape=doubleEllipse;whiteSpace=wrap;html=1;dashed=1;" value="Demande JIRA 1&lt;div&gt;(dev)&lt;/div&gt;" vertex="1">
          <mxGeometry height="60" width="120" x="-1060" y="253.5" as="geometry" />
        </mxCell>
-         <mxCell id="cKu8MT6L8Fp_BZaxLZj7-7" parent="1" style="text;html=1;whiteSpace=wrap;strokeColor=none;fillColor=none;align=center;verticalAlign=middle;rounded=0;fontColor=#0000FF;" value="&lt;font style=&quot;color: rgb(255, 0, 0);&quot;&gt;Run Tag =&amp;nbsp;&lt;b style=&quot;color: rgb(0, 0, 0); text-align: left;&quot;&gt;x.x.x_bxxx-Rx&lt;/b&gt;&lt;/font&gt;" vertex="1">
+         <mxCell id="cKu8MT6L8Fp_BZaxLZj7-7" parent="1" style="text;html=1;whiteSpace=wrap;strokeColor=none;fillColor=none;align=center;verticalAlign=middle;rounded=0;fontColor=#330000;" value="&lt;font style=&quot;&quot;&gt;Run Tag =&amp;nbsp;&lt;b style=&quot;text-align: left;&quot;&gt;x.x.x_bxxx-Rx&lt;/b&gt;&lt;/font&gt;" vertex="1">
          <mxGeometry height="30" width="200" x="130" y="115" as="geometry" />
        </mxCell>
        <mxCell id="cKu8MT6L8Fp_BZaxLZj7-11" parent="1" style="shape=note;size=15;align=left;spacingLeft=10;html=1;whiteSpace=wrap;fillColor=#e1d5e7;strokeColor=#9673a6;" value="&lt;span style=&quot;background-color: rgb(185, 224, 165);&quot;&gt;Le nom doit etre renomé sous le format pour qu&#39;il soit capable d&#39;etre rechargé:&lt;br&gt;{CD_PA}{FILE_TYPE}{SYS_APL}.MAJ_{NO_JIRA}&lt;/span&gt;&lt;div&gt;&lt;span style=&quot;background-color: rgb(185, 224, 165);&quot;&gt;par ex : FRTIER0A.MAJ_JIRA-1234&lt;/span&gt;&lt;/div&gt;" vertex="1">
          <mxGeometry height="75" width="430" x="-1330" y="40" as="geometry" />
        </mxCell>
        <mxCell id="cKu8MT6L8Fp_BZaxLZj7-14" parent="1" style="ellipse;shape=doubleEllipse;whiteSpace=wrap;html=1;dashed=1;" value="Demande JIRA 2&lt;div&gt;(dev)&lt;/div&gt;" vertex="1">
          <mxGeometry height="60" width="120" x="-1060" y="323.5" as="geometry" />
        </mxCell>
        <mxCell id="cKu8MT6L8Fp_BZaxLZj7-15" parent="1" style="ellipse;shape=doubleEllipse;whiteSpace=wrap;html=1;dashed=1;" value="Demande JIRA 3&lt;div&gt;(dev)&lt;/div&gt;" vertex="1">
          <mxGeometry height="60" width="122" x="-1061" y="393.5" as="geometry" />
        </mxCell>
        <mxCell id="cKu8MT6L8Fp_BZaxLZj7-19" parent="1" style="text;html=1;whiteSpace=wrap;strokeColor=none;fillColor=none;align=center;verticalAlign=middle;rounded=0;fontSize=23;fontStyle=1" value="." vertex="1">
          <mxGeometry height="30" width="60" x="-1030" y="453.25" as="geometry" />
        </mxCell>
        <mxCell id="cKu8MT6L8Fp_BZaxLZj7-20" parent="1" style="text;html=1;whiteSpace=wrap;strokeColor=none;fillColor=none;align=center;verticalAlign=middle;rounded=0;fontSize=23;fontStyle=1" value="." vertex="1">
          <mxGeometry height="30" width="60" x="-1030" y="467" as="geometry" />
        </mxCell>
        <mxCell id="cKu8MT6L8Fp_BZaxLZj7-21" parent="1" style="text;html=1;whiteSpace=wrap;strokeColor=none;fillColor=none;align=center;verticalAlign=middle;rounded=0;fontSize=23;fontStyle=1" value="." vertex="1">
          <mxGeometry height="30" width="60" x="-1030" y="483.25" as="geometry" />
        </mxCell>
        <mxCell id="cKu8MT6L8Fp_BZaxLZj7-24" edge="1" parent="1" source="cKu8MT6L8Fp_BZaxLZj7-23" style="edgeStyle=orthogonalEdgeStyle;rounded=0;orthogonalLoop=1;jettySize=auto;html=1;" target="QUzsFoNl6aFI_2ed8XXq-13">
          <mxGeometry relative="1" as="geometry">
            <Array as="points">
              <mxPoint x="120" y="220" />
              <mxPoint x="120" y="220" />
            </Array>
          </mxGeometry>
        </mxCell>
        <mxCell id="cKu8MT6L8Fp_BZaxLZj7-23" parent="1" style="ellipse;shape=doubleEllipse;whiteSpace=wrap;html=1;fillColor=#ffe6cc;strokeColor=#d79b00;" value="Demande JIRA 1&lt;div&gt;(recharge fichier)&lt;/div&gt;" vertex="1">
          <mxGeometry height="60" width="160" x="-850" y="190" as="geometry" />
        </mxCell>
        <mxCell id="cKu8MT6L8Fp_BZaxLZj7-25" edge="1" parent="1" source="cKu8MT6L8Fp_BZaxLZj7-11" style="edgeStyle=none;endArrow=none;exitX=0;exitY=0;dashed=1;html=1;rounded=0;exitDx=430;exitDy=45;exitPerimeter=0;" target="cKu8MT6L8Fp_BZaxLZj7-23" value="">
          <mxGeometry relative="1" x="1" as="geometry">
            <mxPoint x="-520" y="10" as="sourcePoint" />
            <mxPoint x="-490" y="150" as="targetPoint" />
          </mxGeometry>
        </mxCell>
        <mxCell id="cKu8MT6L8Fp_BZaxLZj7-26" edge="1" parent="1" source="cKu8MT6L8Fp_BZaxLZj7-11" style="edgeStyle=none;endArrow=none;exitX=0;exitY=0;dashed=1;html=1;rounded=0;exitDx=430;exitDy=45;exitPerimeter=0;entryX=0;entryY=0.5;entryDx=0;entryDy=0;" target="QUzsFoNl6aFI_2ed8XXq-34" value="">
          <mxGeometry relative="1" x="1" as="geometry">
            <mxPoint x="-900" y="200" as="sourcePoint" />
            <mxPoint x="-801" y="244" as="targetPoint" />
          </mxGeometry>
        </mxCell>
        <mxCell id="cKu8MT6L8Fp_BZaxLZj7-27" parent="1" style="text;html=1;whiteSpace=wrap;strokeColor=none;fillColor=none;align=center;verticalAlign=middle;rounded=0;fontSize=23;fontStyle=1" value="." vertex="1">
          <mxGeometry height="30" width="60" x="-800" y="305" as="geometry" />
        </mxCell>
        <mxCell id="cKu8MT6L8Fp_BZaxLZj7-28" parent="1" style="text;html=1;whiteSpace=wrap;strokeColor=none;fillColor=none;align=center;verticalAlign=middle;rounded=0;fontSize=23;fontStyle=1" value="." vertex="1">
          <mxGeometry height="30" width="60" x="-800" y="335" as="geometry" />
        </mxCell>
        <mxCell id="cKu8MT6L8Fp_BZaxLZj7-29" parent="1" style="text;html=1;whiteSpace=wrap;strokeColor=none;fillColor=none;align=center;verticalAlign=middle;rounded=0;fontSize=23;fontStyle=1" value="." vertex="1">
          <mxGeometry height="30" width="60" x="-800" y="318.5" as="geometry" />
        </mxCell>
-         <mxCell id="cKu8MT6L8Fp_BZaxLZj7-31" parent="1" style="text;html=1;whiteSpace=wrap;strokeColor=none;fillColor=none;align=center;verticalAlign=middle;rounded=0;fontColor=#0000FF;" value="&lt;font style=&quot;color: rgb(255, 0, 0);&quot;&gt;Run Tag =&amp;nbsp;&lt;/font&gt;&lt;b style=&quot;color: rgb(0, 0, 0); text-align: left;&quot;&gt;x.x.x_bxxx-Rx-Jira-xxxx&lt;/b&gt;" vertex="1">
+         <mxCell id="cKu8MT6L8Fp_BZaxLZj7-31" parent="1" style="text;html=1;whiteSpace=wrap;strokeColor=none;fillColor=none;align=center;verticalAlign=middle;rounded=0;fontColor=#330000;" value="&lt;font style=&quot;&quot;&gt;Run Tag =&amp;nbsp;&lt;/font&gt;&lt;b style=&quot;text-align: left;&quot;&gt;x.x.x_bxxx-Rx-Jira-xxxx&lt;/b&gt;" vertex="1">
          <mxGeometry height="30" width="200" x="160" y="185" as="geometry" />
        </mxCell>
-         <mxCell id="cKu8MT6L8Fp_BZaxLZj7-33" parent="1" style="text;html=1;whiteSpace=wrap;strokeColor=none;fillColor=none;align=center;verticalAlign=middle;rounded=0;fontColor=#0000FF;" value="&lt;font style=&quot;color: rgb(255, 0, 0);&quot;&gt;Run Tag =&amp;nbsp;&lt;b style=&quot;color: rgb(0, 0, 0); text-align: left;&quot;&gt;x.x.x_bxxx-Rx&lt;/b&gt;&lt;/font&gt;" vertex="1">
+         <mxCell id="cKu8MT6L8Fp_BZaxLZj7-33" parent="1" style="text;html=1;whiteSpace=wrap;strokeColor=none;fillColor=none;align=center;verticalAlign=middle;rounded=0;fontColor=#330000;" value="&lt;font style=&quot;&quot;&gt;Run Tag =&amp;nbsp;&lt;b style=&quot;text-align: left;&quot;&gt;x.x.x_bxxx-Rx&lt;/b&gt;&lt;/font&gt;" vertex="1">
          <mxGeometry height="30" width="200" x="130" y="347.5" as="geometry" />
        </mxCell>
      </root>
    </mxGraphModel>
  </diagram>
</mxfile>
